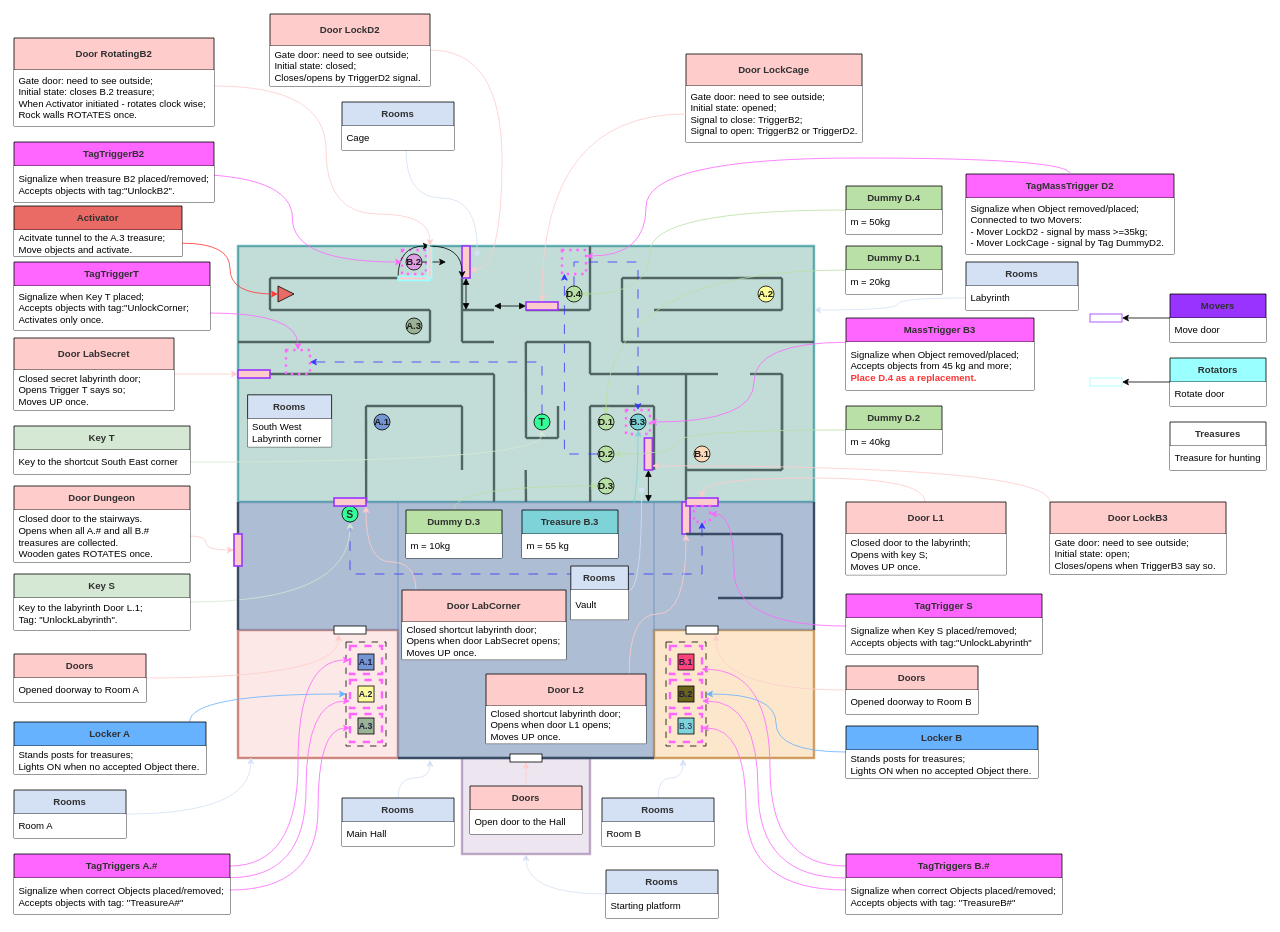
Above: GameDiagrams/FirstFloorLayout.drawio in Dimmak23/UE5_CryptRaider (draw.io), before the change. Source tidied: cells renumbered, new cells numbered last; positions are measured from the earlier drawing's top-left corner, leaving out a move shared by most shapes. Both pictures are drawn from the tidied source at 80%, with x=0, y=0 at pixel (14, 14).
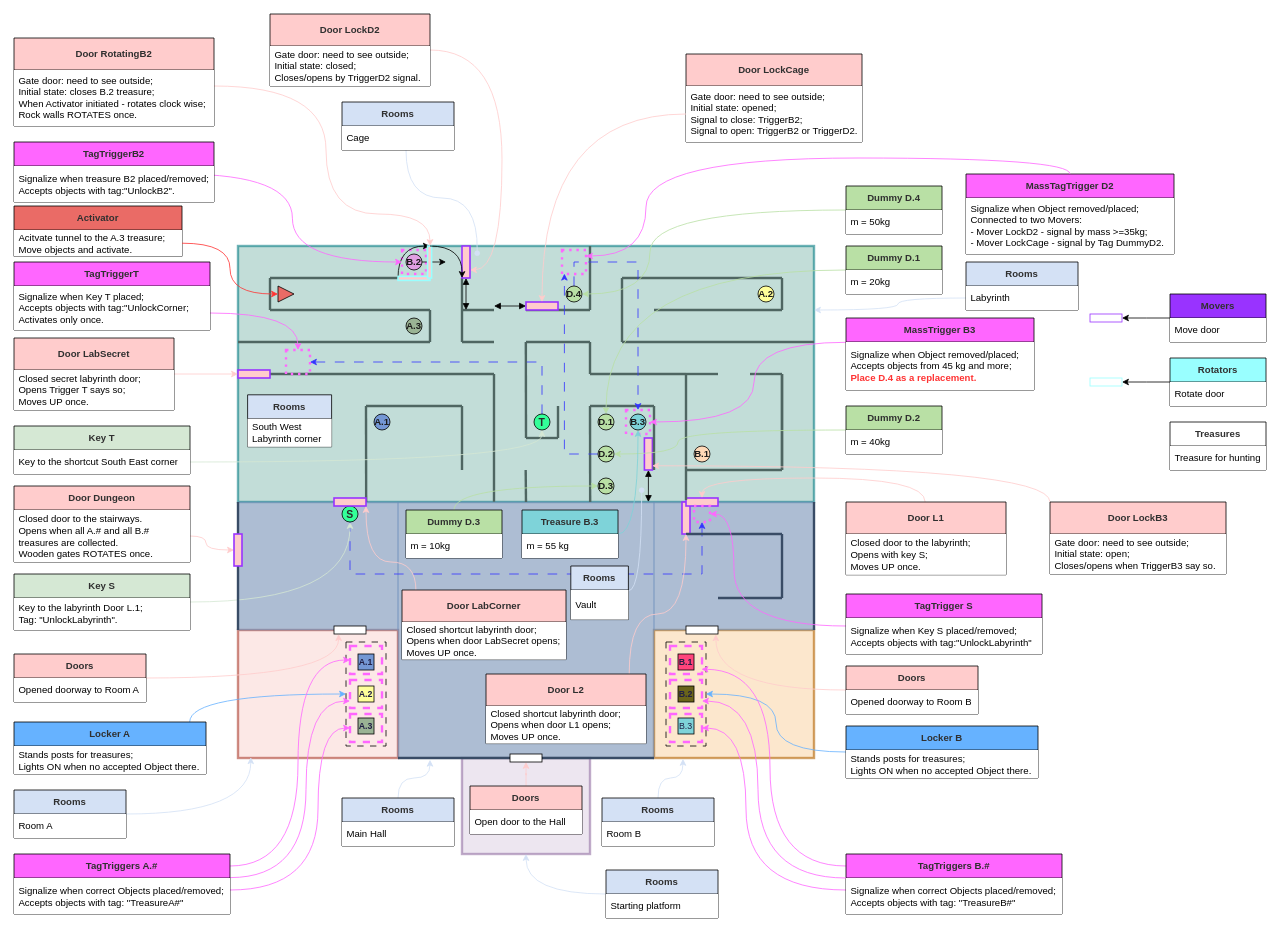
The same diagram, later.

Diff of the diagram source:
```diff
@@
-    <mxCell id="162" value="TagMassTrigger D2" style="swimlane;fontStyle=1;horizontal=1;startSize=30;whiteSpace=wrap;html=1;fillColor=#FF66FF;fontColor=#303030;" parent="1" vertex="1">
+    <mxCell id="162" value="MassTagTrigger D2" style="swimlane;fontStyle=1;horizontal=1;startSize=30;whiteSpace=wrap;html=1;fillColor=#FF66FF;fontColor=#303030;" parent="1" vertex="1">
       <mxGeometry x="1190" y="200" width="260" height="100" as="geometry" />
     </mxCell>
```
